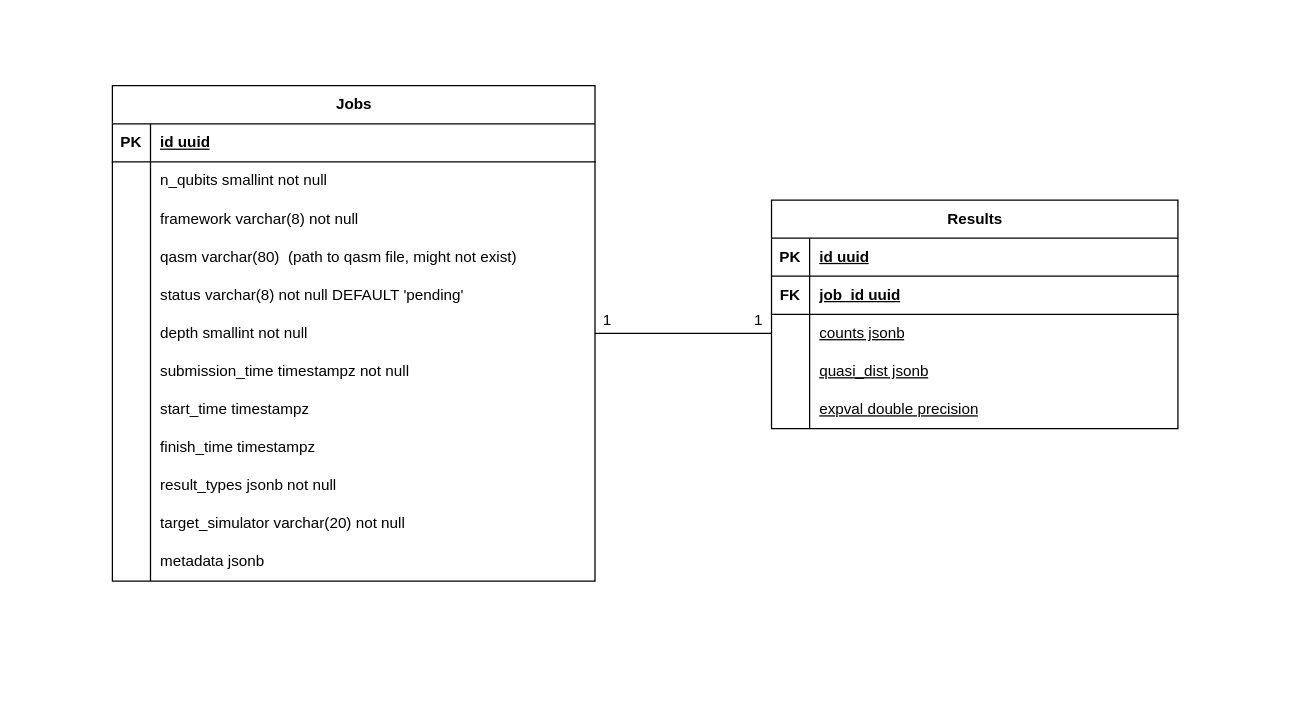
Above: assets/database.drawio in Dpbm/qserver (draw.io), before the change. Source tidied: cells renumbered, new cells numbered last; positions are measured from the earlier drawing's top-left corner, leaving out a move shared by most shapes. Both pictures are drawn from the tidied source at 127%, with x=0, y=0 at pixel (22, 22).
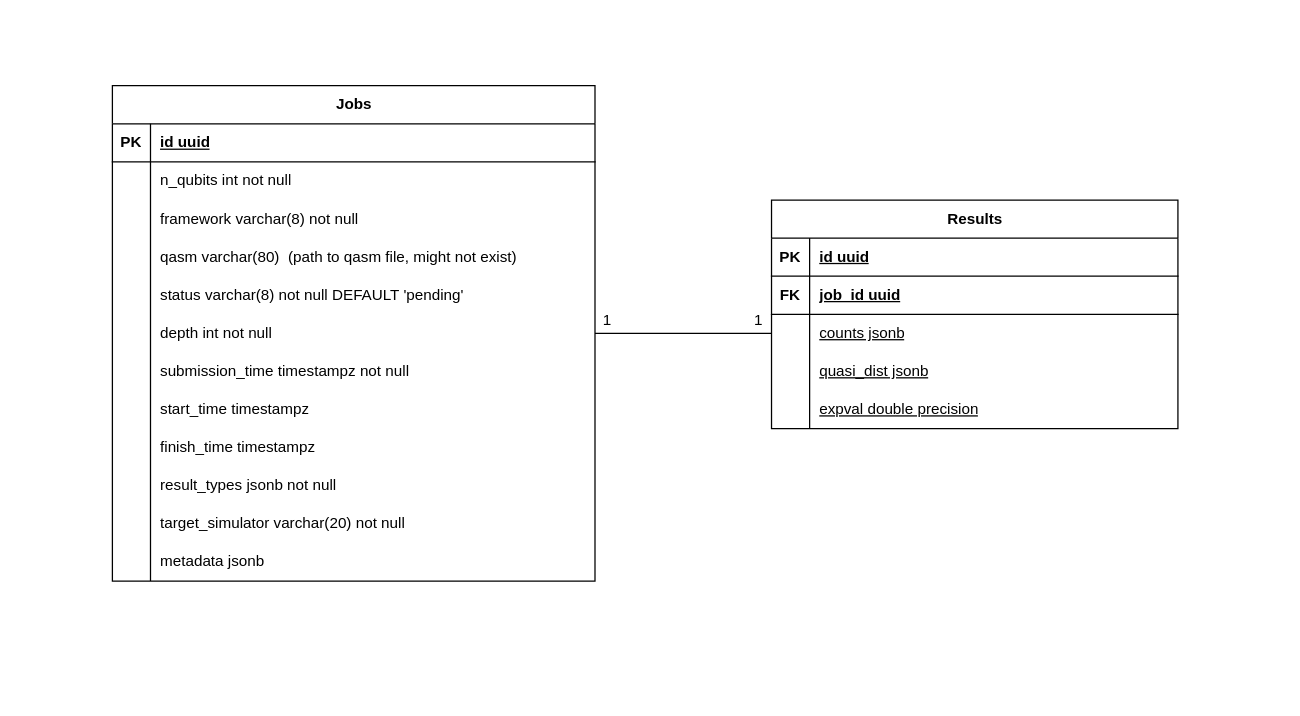
The same diagram, later.

The change refers to these unchanged cells:
```xml
<mxCell id="7" style="shape=tableRow;horizontal=0;startSize=0;swimlaneHead=0;swimlaneBody=0;fillColor=none;top=0;left=0;right=0;bottom=0;" parent="3" vertex="1">
  <mxGeometry y="60" width="380" height="30" as="geometry" />
</mxCell>
<mxCell id="19" style="shape=tableRow;horizontal=0;startSize=0;swimlaneHead=0;swimlaneBody=0;fillColor=none;points=[[0,0.5],[1,0.5]];portConstraint=eastwest;top=0;left=0;right=0;bottom=0;" parent="3" vertex="1">
  <mxGeometry y="180" width="380" height="30" as="geometry" />
</mxCell>
```

Change to the diagram source:
```diff
@@
-    <mxCell id="9" value="n_qubits smallint not null" style="shape=partialRectangle;fillColor=none;top=0;left=0;bottom=0;right=0;align=left;spacingLeft=6;overflow=hidden;whiteSpace=wrap;html=1;" parent="7" vertex="1">
+    <mxCell id="9" value="n_qubits int not null" style="shape=partialRectangle;fillColor=none;top=0;left=0;bottom=0;right=0;align=left;spacingLeft=6;overflow=hidden;whiteSpace=wrap;html=1;" parent="7" vertex="1">
       <mxGeometry x="30" width="350" height="30" as="geometry" />
     </mxCell>
@@
-    <mxCell id="21" value="depth smallint not null" style="shape=partialRectangle;fillColor=none;top=0;left=0;bottom=0;right=0;align=left;spacingLeft=6;overflow=hidden;whiteSpace=wrap;html=1;" parent="19" vertex="1">
+    <mxCell id="21" value="depth int not null" style="shape=partialRectangle;fillColor=none;top=0;left=0;bottom=0;right=0;align=left;spacingLeft=6;overflow=hidden;whiteSpace=wrap;html=1;" parent="19" vertex="1">
       <mxGeometry x="30" width="350" height="30" as="geometry" />
     </mxCell>
```
